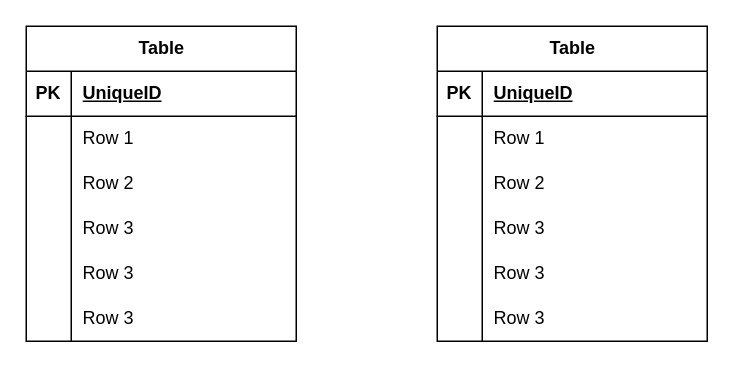
Before: project-board/document/제목 없는 다이어그램.drawio in Inkwon97/develop, a draw.io diagram. Source tidied: cells renumbered, new cells numbered last; positions are measured from the earlier drawing's top-left corner, leaving out a move shared by most shapes. Both pictures are drawn from the tidied source at 150%, with x=0, y=0 at pixel (26, 26).
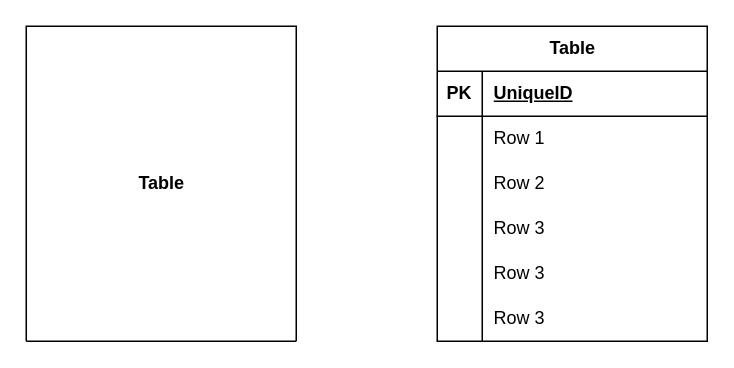
Above is the later version.

What changed in the source:
```diff
@@
-    <mxCell id="2" value="Table" style="shape=table;startSize=30;childLayout=tableLayout;rowLines=0;fontStyle=1;align=center;html=1;" parent="1" vertex="1">
+    <mxCell id="2" value="Table" style="shape=table;startSize=210;childLayout=tableLayout;rowLines=0;fontStyle=1;align=center;html=1;" parent="1" vertex="1">
       <mxGeometry width="180" height="210" as="geometry" />
     </mxCell>
-    <mxCell id="3" style="shape=tableRow;horizontal=0;startSize=0;swimlaneHead=0;swimlaneBody=0;fillColor=none;top=0;left=0;right=0;bottom=1;" parent="2" vertex="1">
-      <mxGeometry y="30" width="180" height="30" as="geometry" />
-    </mxCell>
-    <mxCell id="4" value="PK" style="shape=partialRectangle;fillColor=none;top=0;left=0;bottom=0;right=0;fontStyle=1;overflow=hidden;whiteSpace=wrap;html=1;" parent="3" vertex="1">
-      <mxGeometry width="30" height="30" as="geometry" />
-    </mxCell>
-    <mxCell id="5" value="UniqueID" style="shape=partialRectangle;fillColor=none;top=0;left=0;bottom=0;right=0;align=left;spacingLeft=6;fontStyle=5;overflow=hidden;whiteSpace=wrap;html=1;" parent="3" vertex="1">
-      <mxGeometry x="30" width="150" height="30" as="geometry" />
-    </mxCell>
-    <mxCell id="6" style="shape=tableRow;horizontal=0;startSize=0;swimlaneHead=0;swimlaneBody=0;fillColor=none;top=0;left=0;right=0;bottom=0;" parent="2" vertex="1">
-      <mxGeometry y="60" width="180" height="30" as="geometry" />
-    </mxCell>
-    <mxCell id="7" style="shape=partialRectangle;fillColor=none;top=0;left=0;bottom=0;right=0;overflow=hidden;whiteSpace=wrap;html=1;" parent="6" vertex="1">
-      <mxGeometry width="30" height="30" as="geometry" />
-    </mxCell>
-    <mxCell id="8" value="Row 1" style="shape=partialRectangle;fillColor=none;top=0;left=0;bottom=0;right=0;align=left;spacingLeft=6;overflow=hidden;whiteSpace=wrap;html=1;" parent="6" vertex="1">
-      <mxGeometry x="30" width="150" height="30" as="geometry" />
-    </mxCell>
-    <mxCell id="9" style="shape=tableRow;horizontal=0;startSize=0;swimlaneHead=0;swimlaneBody=0;fillColor=none;top=0;left=0;right=0;bottom=0;" parent="2" vertex="1">
-      <mxGeometry y="90" width="180" height="30" as="geometry" />
-    </mxCell>
-    <mxCell id="10" style="shape=partialRectangle;fillColor=none;top=0;left=0;bottom=0;right=0;overflow=hidden;whiteSpace=wrap;html=1;" parent="9" vertex="1">
-      <mxGeometry width="30" height="30" as="geometry" />
-    </mxCell>
-    <mxCell id="11" value="Row 2" style="shape=partialRectangle;fillColor=none;top=0;left=0;bottom=0;right=0;align=left;spacingLeft=6;overflow=hidden;whiteSpace=wrap;html=1;" parent="9" vertex="1">
-      <mxGeometry x="30" width="150" height="30" as="geometry" />
-    </mxCell>
-    <mxCell id="12" style="shape=tableRow;horizontal=0;startSize=0;swimlaneHead=0;swimlaneBody=0;fillColor=none;top=0;left=0;right=0;bottom=0;" parent="2" vertex="1">
-      <mxGeometry y="120" width="180" height="30" as="geometry" />
-    </mxCell>
-    <mxCell id="13" style="shape=partialRectangle;fillColor=none;top=0;left=0;bottom=0;right=0;overflow=hidden;whiteSpace=wrap;html=1;" parent="12" vertex="1">
-      <mxGeometry width="30" height="30" as="geometry" />
-    </mxCell>
-    <mxCell id="14" value="Row 3" style="shape=partialRectangle;fillColor=none;top=0;left=0;bottom=0;right=0;align=left;spacingLeft=6;overflow=hidden;whiteSpace=wrap;html=1;" parent="12" vertex="1">
-      <mxGeometry x="30" width="150" height="30" as="geometry" />
-    </mxCell>
-    <mxCell id="15" style="shape=tableRow;horizontal=0;startSize=0;swimlaneHead=0;swimlaneBody=0;fillColor=none;top=0;left=0;right=0;bottom=0;" parent="2" vertex="1">
-      <mxGeometry y="150" width="180" height="30" as="geometry" />
-    </mxCell>
-    <mxCell id="16" style="shape=partialRectangle;fillColor=none;top=0;left=0;bottom=0;right=0;overflow=hidden;whiteSpace=wrap;html=1;" parent="15" vertex="1">
-      <mxGeometry width="30" height="30" as="geometry" />
-    </mxCell>
-    <mxCell id="17" value="Row 3" style="shape=partialRectangle;fillColor=none;top=0;left=0;bottom=0;right=0;align=left;spacingLeft=6;overflow=hidden;whiteSpace=wrap;html=1;" parent="15" vertex="1">
-      <mxGeometry x="30" width="150" height="30" as="geometry" />
-    </mxCell>
-    <mxCell id="18" style="shape=tableRow;horizontal=0;startSize=0;swimlaneHead=0;swimlaneBody=0;fillColor=none;top=0;left=0;right=0;bottom=0;" parent="2" vertex="1">
-      <mxGeometry y="180" width="180" height="30" as="geometry" />
-    </mxCell>
-    <mxCell id="19" style="shape=partialRectangle;fillColor=none;top=0;left=0;bottom=0;right=0;overflow=hidden;whiteSpace=wrap;html=1;" parent="18" vertex="1">
-      <mxGeometry width="30" height="30" as="geometry" />
-    </mxCell>
-    <mxCell id="20" value="Row 3" style="shape=partialRectangle;fillColor=none;top=0;left=0;bottom=0;right=0;align=left;spacingLeft=6;overflow=hidden;whiteSpace=wrap;html=1;" parent="18" vertex="1">
-      <mxGeometry x="30" width="150" height="30" as="geometry" />
-    </mxCell>
```
